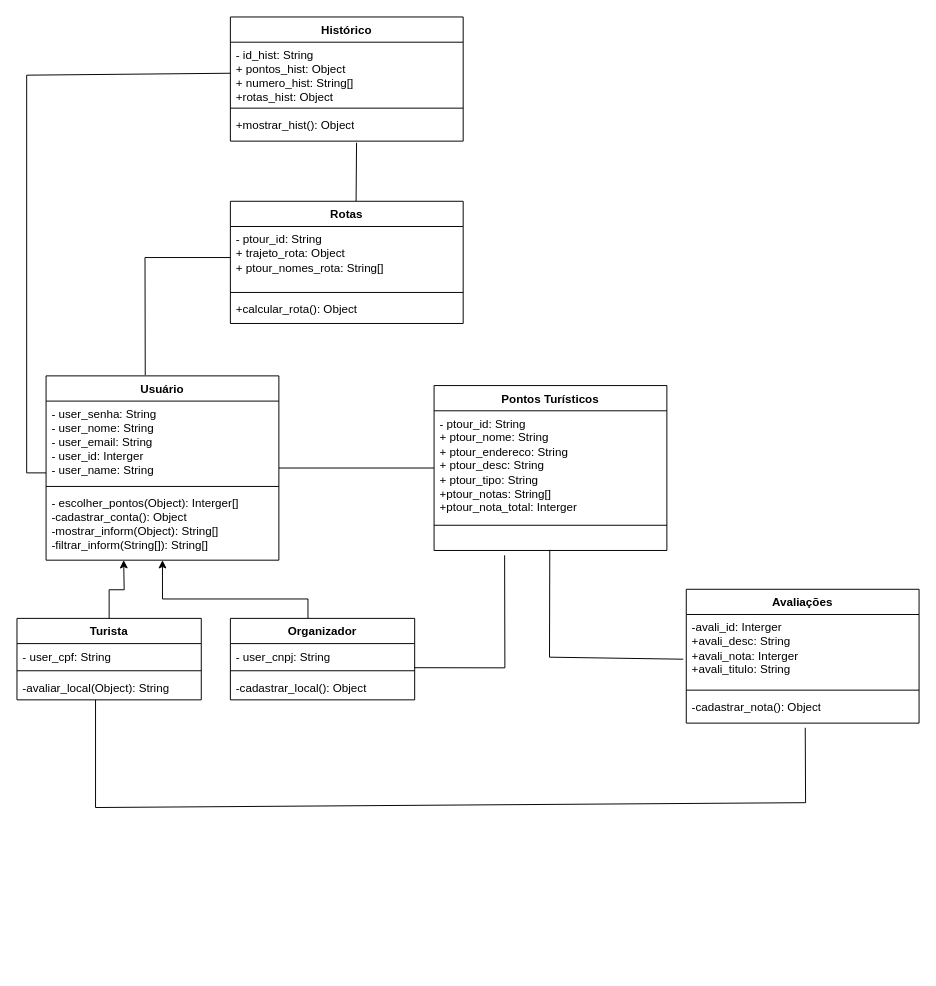
This is UML_ver01.drawio from END-the/ewrerwewr, a draw.io file, before an edit. Source tidied: cells renumbered, new cells numbered last; positions are measured from the earlier drawing's top-left corner, leaving out a move shared by most shapes. Both pictures are drawn from the tidied source at 97%, with x=0, y=0 at pixel (16, 16).
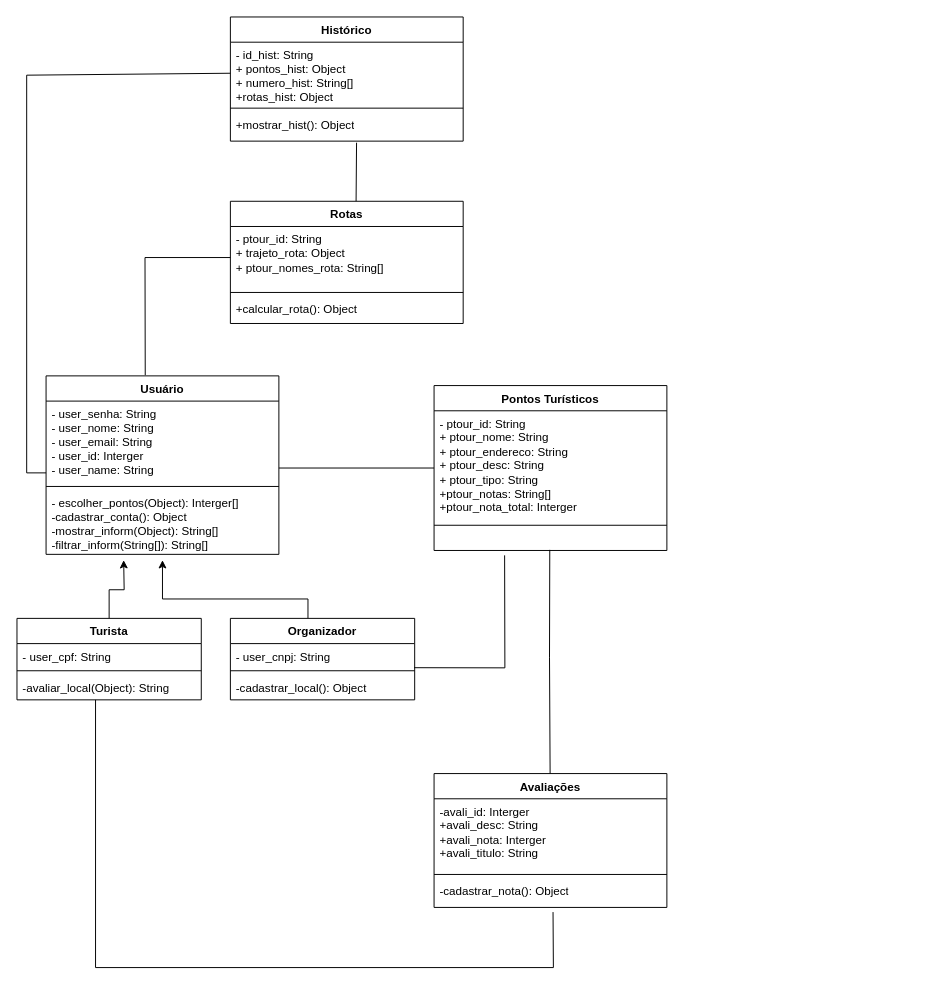
The same diagram, later.

Unchanged cells that the change refers to:
```xml
<mxCell id="19" value="&lt;div&gt;&lt;br&gt;&lt;/div&gt;" style="text;strokeColor=none;fillColor=none;align=left;verticalAlign=top;spacingLeft=4;spacingRight=4;overflow=hidden;points=[[0,0.5],[1,0.5]];portConstraint=eastwest;whiteSpace=wrap;html=1;" parent="16" vertex="1">
  <mxGeometry y="148" width="240" height="22" as="geometry" />
</mxCell>
<mxCell id="22" value="&lt;div&gt;&lt;span style=&quot;background-color: initial;&quot;&gt;-avali_id: Interger&lt;/span&gt;&lt;/div&gt;&lt;div&gt;+avali_desc: String&lt;span style=&quot;background-color: initial;&quot;&gt;&lt;br&gt;&lt;/span&gt;&lt;/div&gt;&lt;div&gt;+avali_nota:&amp;nbsp;&lt;span style=&quot;background-color: initial;&quot;&gt;Interger&lt;/span&gt;&lt;br&gt;&lt;/div&gt;&lt;div&gt;+avali_titulo:&amp;nbsp;&lt;span style=&quot;background-color: initial;&quot;&gt;String&lt;/span&gt;&lt;br&gt;&lt;/div&gt;" style="text;strokeColor=none;fillColor=none;align=left;verticalAlign=top;spacingLeft=4;spacingRight=4;overflow=hidden;points=[[0,0.5],[1,0.5]];portConstraint=eastwest;whiteSpace=wrap;html=1;" parent="21" vertex="1">
  <mxGeometry y="26" width="240" height="74" as="geometry" />
</mxCell>
<mxCell id="24" value="&lt;div&gt;-cadastrar_nota(): Object&lt;/div&gt;" style="text;strokeColor=none;fillColor=none;align=left;verticalAlign=top;spacingLeft=4;spacingRight=4;overflow=hidden;points=[[0,0.5],[1,0.5]];portConstraint=eastwest;whiteSpace=wrap;html=1;" parent="21" vertex="1">
  <mxGeometry y="108" width="240" height="30" as="geometry" />
</mxCell>
```

What changed in the source:
```diff
@@
     <mxCell id="2" value="Usuário" style="swimlane;fontStyle=1;align=center;verticalAlign=top;horizontal=1;startSize=26;whiteSpace=wrap;html=1;" parent="1" vertex="1">
-      <mxGeometry x="30" y="370" width="240" height="190" as="geometry" />
+      <mxGeometry x="30" y="370" width="240" height="184" as="geometry" />
     </mxCell>
@@
     <mxCell id="5" value="- escolher_pontos(Object): Interger[]&lt;div&gt;-cadastrar_conta(): Object&lt;/div&gt;&lt;div&gt;-mostrar_inform(Object): String[]&lt;/div&gt;&lt;div&gt;-filtrar_inform(String[]): String[]&lt;/div&gt;&lt;div&gt;&lt;br&gt;&lt;/div&gt;" style="text;strokeColor=none;fillColor=none;align=left;verticalAlign=top;spacingLeft=4;spacingRight=4;overflow=hidden;whiteSpace=wrap;html=1;" parent="2" vertex="1">
-      <mxGeometry y="118" width="240" height="72" as="geometry" />
+      <mxGeometry y="118" width="240" height="66" as="geometry" />
     </mxCell>
@@
     <mxCell id="21" value="Avaliações" style="swimlane;fontStyle=1;align=center;verticalAlign=top;horizontal=1;startSize=26;whiteSpace=wrap;html=1;" parent="1" vertex="1">
-      <mxGeometry x="690" y="590" width="240" height="138" as="geometry" />
+      <mxGeometry x="430" y="780" width="240" height="138" as="geometry" />
     </mxCell>
@@
-    <mxCell id="25" style="endArrow=none;html=1;rounded=0;entryX=0.497;entryY=0.972;entryDx=0;entryDy=0;entryPerimeter=0;exitX=-0.013;exitY=0.623;exitDx=0;exitDy=0;exitPerimeter=0;" parent="1" edge="1" source="22" target="19">
+    <mxCell id="25" style="endArrow=none;html=1;rounded=0;entryX=0.497;entryY=0.972;entryDx=0;entryDy=0;entryPerimeter=0;" parent="1" edge="1" source="21" target="19">
       <mxGeometry relative="1" as="geometry">
         <Array as="points">
           <mxPoint x="549" y="660" />
         </Array>
       </mxGeometry>
     </mxCell>
     <mxCell id="26" style="endArrow=none;html=1;rounded=0;entryX=0.497;entryY=0.972;entryDx=0;entryDy=0;entryPerimeter=0;exitX=0.511;exitY=1.16;exitDx=0;exitDy=0;exitPerimeter=0;" parent="1" edge="1" source="24">
       <mxGeometry relative="1" as="geometry">
         <mxPoint x="81" y="704" as="targetPoint" />
         <Array as="points">
-          <mxPoint x="813" y="810" />
-          <mxPoint x="81" y="815" />
+          <mxPoint x="553" y="980" />
+          <mxPoint x="81" y="980" />
         </Array>
       </mxGeometry>
     </mxCell>
```
